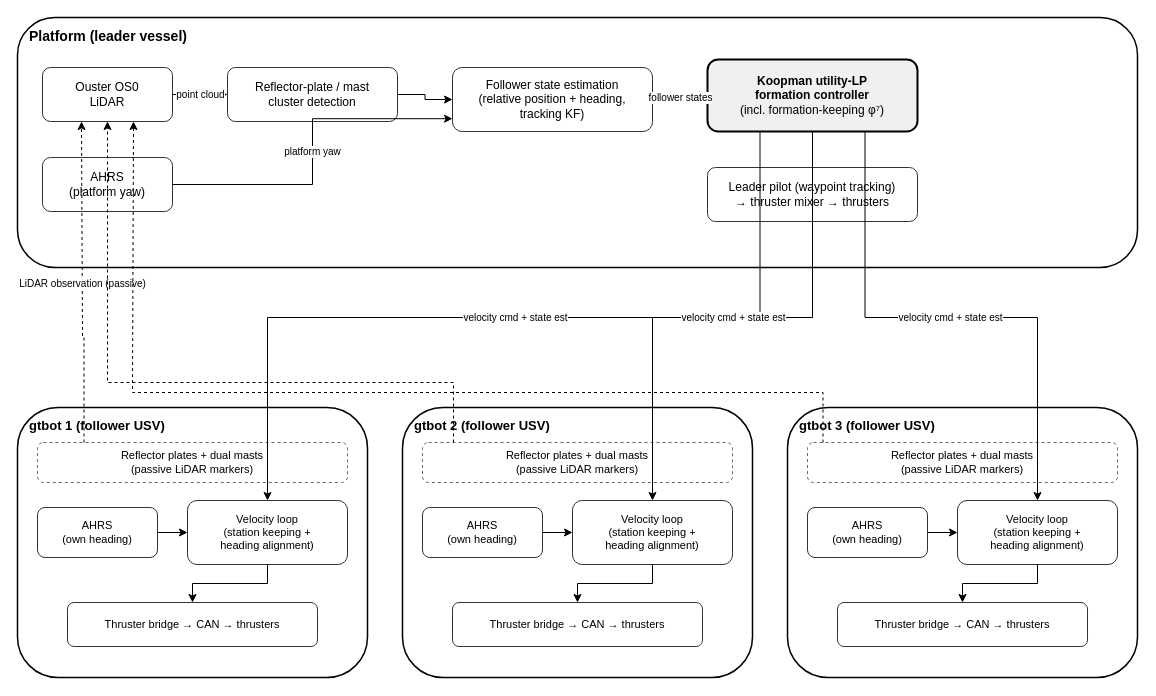
Above: IEEE-conference-template-062824/fig/system_architecture.drawio in yuuu1121/GTBOT (draw.io), before the change. Source tidied: cells renumbered, new cells numbered last; positions are measured from the earlier drawing's top-left corner, leaving out a move shared by most shapes. Both pictures are drawn from the tidied source at 100%, with x=0, y=0 at pixel (17, 17).
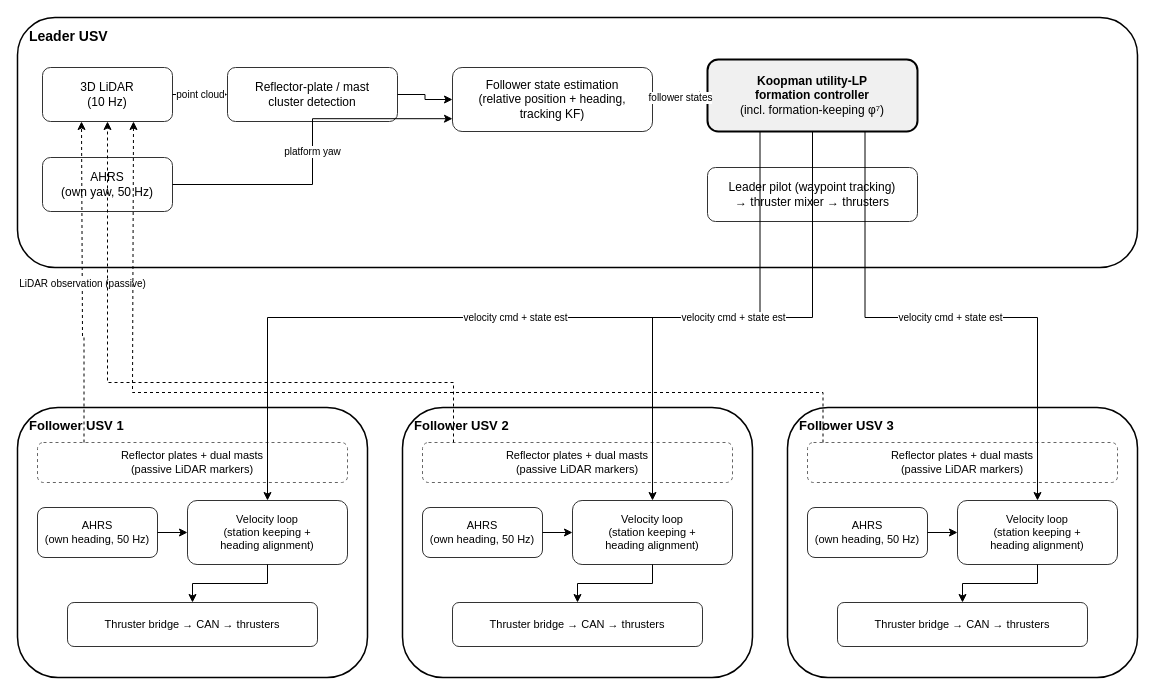
The same page after the edit.

Commit message:
draft(ut27): 아키텍처 그림 라벨 일반화 — Leader/Follower USV 명명, 제품명 제거, 센서 주기 표기

3D LiDAR 10 Hz(실측), AHRS 50 Hz(hwt9053_node publish_rate 기본값).

Claude-Session: https://claude.ai/code/session_019qNLAuEkV57fTxt2qoVVH8

The edit, as a diff of the source:
```diff
@@
-    <mxCell id="2" value="Platform (leader vessel)" style="rounded=1;fillColor=none;strokeColor=#000000;strokeWidth=1.5;verticalAlign=top;fontSize=14;fontStyle=1;align=left;spacingLeft=10;spacingTop=4;" parent="1" vertex="1">
+    <mxCell id="2" value="Leader USV" style="rounded=1;fillColor=none;strokeColor=#000000;strokeWidth=1.5;verticalAlign=top;fontSize=14;fontStyle=1;align=left;spacingLeft=10;spacingTop=4;" parent="1" vertex="1">
       <mxGeometry width="1120" height="250" as="geometry" />
     </mxCell>
-    <mxCell id="3" value="Ouster OS0&lt;br&gt;LiDAR" style="rounded=1;whiteSpace=wrap;html=1;fillColor=#ffffff;strokeColor=#333333;fontSize=12;" parent="1" vertex="1">
+    <mxCell id="3" value="3D LiDAR&lt;br&gt;(10 Hz)" style="rounded=1;whiteSpace=wrap;html=1;fillColor=#ffffff;strokeColor=#333333;fontSize=12;" parent="1" vertex="1">
       <mxGeometry x="25" y="50" width="130" height="54" as="geometry" />
     </mxCell>
-    <mxCell id="4" value="AHRS&lt;br&gt;(platform yaw)" style="rounded=1;whiteSpace=wrap;html=1;fillColor=#ffffff;strokeColor=#333333;fontSize=12;" parent="1" vertex="1">
+    <mxCell id="4" value="AHRS&lt;br&gt;(own yaw, 50 Hz)" style="rounded=1;whiteSpace=wrap;html=1;fillColor=#ffffff;strokeColor=#333333;fontSize=12;" parent="1" vertex="1">
       <mxGeometry x="25" y="140" width="130" height="54" as="geometry" />
     </mxCell>
@@
-    <mxCell id="13" value="gtbot 1 (follower USV)" style="rounded=1;fillColor=none;strokeColor=#000000;strokeWidth=1.5;verticalAlign=top;fontSize=13;fontStyle=1;align=left;spacingLeft=10;spacingTop=4;" parent="1" vertex="1">
+    <mxCell id="13" value="Follower USV 1" style="rounded=1;fillColor=none;strokeColor=#000000;strokeWidth=1.5;verticalAlign=top;fontSize=13;fontStyle=1;align=left;spacingLeft=10;spacingTop=4;" parent="1" vertex="1">
       <mxGeometry y="390" width="350" height="270" as="geometry" />
     </mxCell>
@@
-    <mxCell id="15" value="AHRS&lt;br&gt;(own heading)" style="rounded=1;whiteSpace=wrap;html=1;fillColor=#ffffff;strokeColor=#333333;fontSize=11;" parent="1" vertex="1">
+    <mxCell id="15" value="AHRS&lt;br&gt;(own heading, 50 Hz)" style="rounded=1;whiteSpace=wrap;html=1;fillColor=#ffffff;strokeColor=#333333;fontSize=11;" parent="1" vertex="1">
       <mxGeometry x="20" y="490" width="120" height="50" as="geometry" />
     </mxCell>
@@
-    <mxCell id="20" value="gtbot 2 (follower USV)" style="rounded=1;fillColor=none;strokeColor=#000000;strokeWidth=1.5;verticalAlign=top;fontSize=13;fontStyle=1;align=left;spacingLeft=10;spacingTop=4;" parent="1" vertex="1">
+    <mxCell id="20" value="Follower USV 2" style="rounded=1;fillColor=none;strokeColor=#000000;strokeWidth=1.5;verticalAlign=top;fontSize=13;fontStyle=1;align=left;spacingLeft=10;spacingTop=4;" parent="1" vertex="1">
       <mxGeometry x="385" y="390" width="350" height="270" as="geometry" />
     </mxCell>
@@
-    <mxCell id="22" value="AHRS&lt;br&gt;(own heading)" style="rounded=1;whiteSpace=wrap;html=1;fillColor=#ffffff;strokeColor=#333333;fontSize=11;" parent="1" vertex="1">
+    <mxCell id="22" value="AHRS&lt;br&gt;(own heading, 50 Hz)" style="rounded=1;whiteSpace=wrap;html=1;fillColor=#ffffff;strokeColor=#333333;fontSize=11;" parent="1" vertex="1">
       <mxGeometry x="405" y="490" width="120" height="50" as="geometry" />
     </mxCell>
@@
-    <mxCell id="27" value="gtbot 3 (follower USV)" style="rounded=1;fillColor=none;strokeColor=#000000;strokeWidth=1.5;verticalAlign=top;fontSize=13;fontStyle=1;align=left;spacingLeft=10;spacingTop=4;" parent="1" vertex="1">
+    <mxCell id="27" value="Follower USV 3" style="rounded=1;fillColor=none;strokeColor=#000000;strokeWidth=1.5;verticalAlign=top;fontSize=13;fontStyle=1;align=left;spacingLeft=10;spacingTop=4;" parent="1" vertex="1">
       <mxGeometry x="770" y="390" width="350" height="270" as="geometry" />
     </mxCell>
@@
-    <mxCell id="29" value="AHRS&lt;br&gt;(own heading)" style="rounded=1;whiteSpace=wrap;html=1;fillColor=#ffffff;strokeColor=#333333;fontSize=11;" parent="1" vertex="1">
+    <mxCell id="29" value="AHRS&lt;br&gt;(own heading, 50 Hz)" style="rounded=1;whiteSpace=wrap;html=1;fillColor=#ffffff;strokeColor=#333333;fontSize=11;" parent="1" vertex="1">
       <mxGeometry x="790" y="490" width="120" height="50" as="geometry" />
     </mxCell>
```
